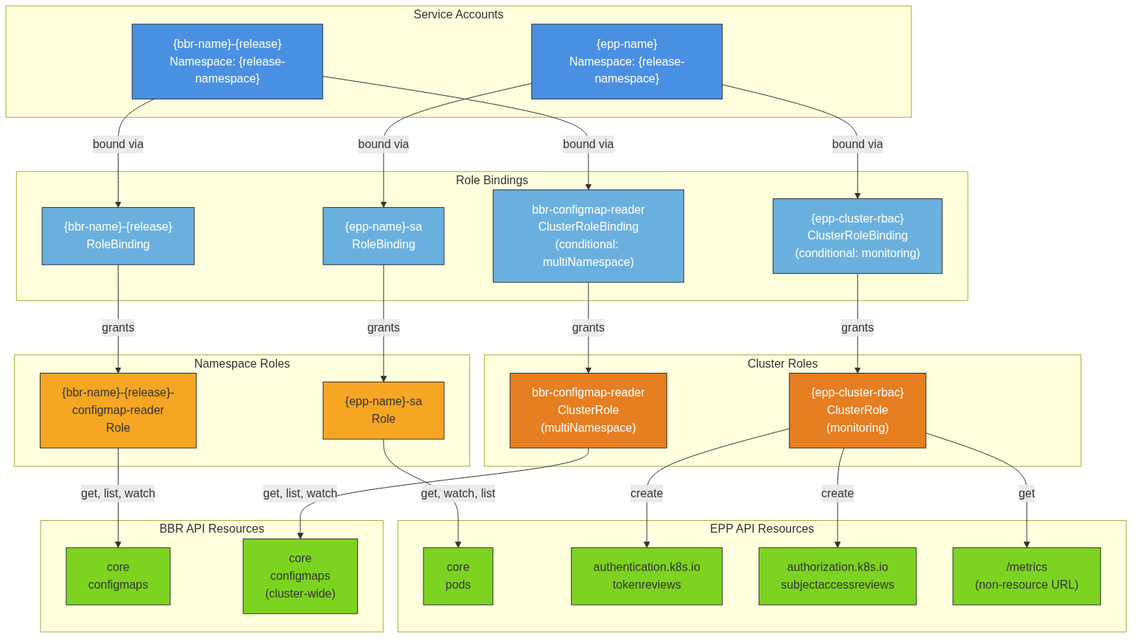
Earlier version of the Mermaid export architecture/rhoai.next/diagrams/gateway-api-inference-extension-rbac.png (rhuss/architecture-context). Its source is kept beside it as architecture/rhoai.next/diagrams/gateway-api-inference-extension-rbac.mmd. Its diagram source:
```mermaid
graph TD
    subgraph ServiceAccounts["Service Accounts"]
        SA_EPP["{epp-name}<br/>Namespace: {release-namespace}"]
        SA_BBR["{bbr-name}-{release}<br/>Namespace: {release-namespace}"]
    end

    subgraph RoleBindings["Role Bindings"]
        RB_EPP["{epp-name}-sa<br/>RoleBinding"]
        RB_BBR["{bbr-name}-{release}<br/>RoleBinding"]
        CRB_EPP["{epp-cluster-rbac}<br/>ClusterRoleBinding<br/>(conditional: monitoring)"]
        CRB_BBR["bbr-configmap-reader<br/>ClusterRoleBinding<br/>(conditional: multiNamespace)"]
    end

    subgraph Roles["Namespace Roles"]
        R_EPP["{epp-name}-sa<br/>Role"]
        R_BBR["{bbr-name}-{release}-<br/>configmap-reader<br/>Role"]
    end

    subgraph ClusterRoles["Cluster Roles"]
        CR_EPP["{epp-cluster-rbac}<br/>ClusterRole<br/>(monitoring)"]
        CR_BBR["bbr-configmap-reader<br/>ClusterRole<br/>(multiNamespace)"]
    end

    subgraph EPP_Resources["EPP API Resources"]
        Pods["core<br/>pods"]
        TokenReviews["authentication.k8s.io<br/>tokenreviews"]
        SubjectAccess["authorization.k8s.io<br/>subjectaccessreviews"]
        MetricsNR["/metrics<br/>(non-resource URL)"]
    end

    subgraph BBR_Resources["BBR API Resources"]
        ConfigMaps["core<br/>configmaps"]
        ConfigMapsCluster["core<br/>configmaps<br/>(cluster-wide)"]
    end

    SA_EPP -->|bound via| RB_EPP
    RB_EPP -->|grants| R_EPP
    R_EPP -->|"get, watch, list"| Pods

    SA_EPP -->|bound via| CRB_EPP
    CRB_EPP -->|grants| CR_EPP
    CR_EPP -->|"create"| TokenReviews
    CR_EPP -->|"create"| SubjectAccess
    CR_EPP -->|"get"| MetricsNR

    SA_BBR -->|bound via| RB_BBR
    RB_BBR -->|grants| R_BBR
    R_BBR -->|"get, list, watch"| ConfigMaps

    SA_BBR -->|bound via| CRB_BBR
    CRB_BBR -->|grants| CR_BBR
    CR_BBR -->|"get, list, watch"| ConfigMapsCluster

    style SA_EPP fill:#4a90e2,stroke:#333,color:#fff
    style SA_BBR fill:#4a90e2,stroke:#333,color:#fff
    style RB_EPP fill:#6ab0de,stroke:#333,color:#fff
    style RB_BBR fill:#6ab0de,stroke:#333,color:#fff
    style CRB_EPP fill:#6ab0de,stroke:#333,color:#fff
    style CRB_BBR fill:#6ab0de,stroke:#333,color:#fff
    style R_EPP fill:#f5a623,stroke:#333
    style R_BBR fill:#f5a623,stroke:#333
    style CR_EPP fill:#e67e22,stroke:#333,color:#fff
    style CR_BBR fill:#e67e22,stroke:#333,color:#fff
    style Pods fill:#7ed321,stroke:#333
    style TokenReviews fill:#7ed321,stroke:#333
    style SubjectAccess fill:#7ed321,stroke:#333
    style MetricsNR fill:#7ed321,stroke:#333
    style ConfigMaps fill:#7ed321,stroke:#333
    style ConfigMapsCluster fill:#7ed321,stroke:#333
```
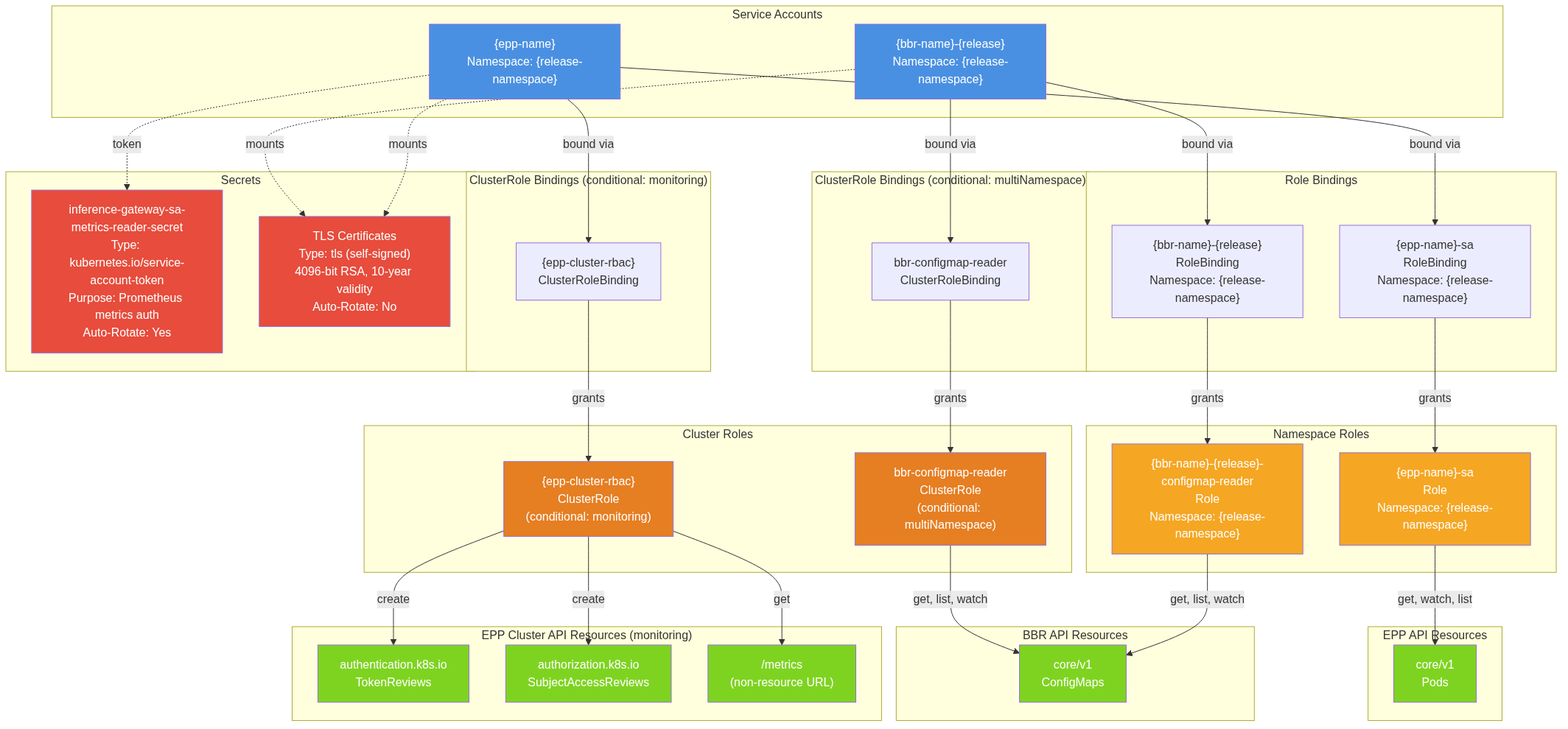
The same file after the commit.

What changed in the source:
```diff
@@ -5,65 +5,79 @@
     end
 
     subgraph RoleBindings["Role Bindings"]
-        RB_EPP["{epp-name}-sa<br/>RoleBinding"]
-        RB_BBR["{bbr-name}-{release}<br/>RoleBinding"]
-        CRB_EPP["{epp-cluster-rbac}<br/>ClusterRoleBinding<br/>(conditional: monitoring)"]
-        CRB_BBR["bbr-configmap-reader<br/>ClusterRoleBinding<br/>(conditional: multiNamespace)"]
+        RB_EPP["{epp-name}-sa<br/>RoleBinding<br/>Namespace: {release-namespace}"]
+        RB_BBR["{bbr-name}-{release}<br/>RoleBinding<br/>Namespace: {release-namespace}"]
+    end
+
+    subgraph ClusterRoleBindings["ClusterRole Bindings (conditional: monitoring)"]
+        CRB_EPP["{epp-cluster-rbac}<br/>ClusterRoleBinding"]
+    end
+
+    subgraph ClusterRoleBindings_BBR["ClusterRole Bindings (conditional: multiNamespace)"]
+        CRB_BBR["bbr-configmap-reader<br/>ClusterRoleBinding"]
     end
 
     subgraph Roles["Namespace Roles"]
-        R_EPP["{epp-name}-sa<br/>Role"]
-        R_BBR["{bbr-name}-{release}-<br/>configmap-reader<br/>Role"]
+        Role_EPP["{epp-name}-sa<br/>Role<br/>Namespace: {release-namespace}"]
+        Role_BBR["{bbr-name}-{release}-configmap-reader<br/>Role<br/>Namespace: {release-namespace}"]
     end
 
     subgraph ClusterRoles["Cluster Roles"]
-        CR_EPP["{epp-cluster-rbac}<br/>ClusterRole<br/>(monitoring)"]
-        CR_BBR["bbr-configmap-reader<br/>ClusterRole<br/>(multiNamespace)"]
+        CR_EPP["{epp-cluster-rbac}<br/>ClusterRole<br/>(conditional: monitoring)"]
+        CR_BBR["bbr-configmap-reader<br/>ClusterRole<br/>(conditional: multiNamespace)"]
     end
 
     subgraph EPP_Resources["EPP API Resources"]
-        Pods["core<br/>pods"]
-        TokenReviews["authentication.k8s.io<br/>tokenreviews"]
-        SubjectAccess["authorization.k8s.io<br/>subjectaccessreviews"]
-        MetricsNR["/metrics<br/>(non-resource URL)"]
+        Pods["core/v1<br/>Pods"]
+    end
+
+    subgraph EPP_ClusterResources["EPP Cluster API Resources (monitoring)"]
+        TokenReviews["authentication.k8s.io<br/>TokenReviews"]
+        SubjectAccessReviews["authorization.k8s.io<br/>SubjectAccessReviews"]
+        MetricsEndpoint["/metrics<br/>(non-resource URL)"]
     end
 
     subgraph BBR_Resources["BBR API Resources"]
-        ConfigMaps["core<br/>configmaps"]
-        ConfigMapsCluster["core<br/>configmaps<br/>(cluster-wide)"]
+        ConfigMaps["core/v1<br/>ConfigMaps"]
     end
 
-    SA_EPP -->|bound via| RB_EPP
-    RB_EPP -->|grants| R_EPP
-    R_EPP -->|"get, watch, list"| Pods
+    SA_EPP -->|"bound via"| RB_EPP
+    RB_EPP -->|"grants"| Role_EPP
+    Role_EPP -->|"get, watch, list"| Pods
 
-    SA_EPP -->|bound via| CRB_EPP
-    CRB_EPP -->|grants| CR_EPP
+    SA_EPP -->|"bound via"| CRB_EPP
+    CRB_EPP -->|"grants"| CR_EPP
     CR_EPP -->|"create"| TokenReviews
-    CR_EPP -->|"create"| SubjectAccess
-    CR_EPP -->|"get"| MetricsNR
+    CR_EPP -->|"create"| SubjectAccessReviews
+    CR_EPP -->|"get"| MetricsEndpoint
 
-    SA_BBR -->|bound via| RB_BBR
-    RB_BBR -->|grants| R_BBR
-    R_BBR -->|"get, list, watch"| ConfigMaps
+    SA_BBR -->|"bound via"| RB_BBR
+    RB_BBR -->|"grants"| Role_BBR
+    Role_BBR -->|"get, list, watch"| ConfigMaps
 
-    SA_BBR -->|bound via| CRB_BBR
-    CRB_BBR -->|grants| CR_BBR
-    CR_BBR -->|"get, list, watch"| ConfigMapsCluster
+    SA_BBR -->|"bound via"| CRB_BBR
+    CRB_BBR -->|"grants"| CR_BBR
+    CR_BBR -->|"get, list, watch"| ConfigMaps
 
-    style SA_EPP fill:#4a90e2,stroke:#333,color:#fff
-    style SA_BBR fill:#4a90e2,stroke:#333,color:#fff
-    style RB_EPP fill:#6ab0de,stroke:#333,color:#fff
-    style RB_BBR fill:#6ab0de,stroke:#333,color:#fff
-    style CRB_EPP fill:#6ab0de,stroke:#333,color:#fff
-    style CRB_BBR fill:#6ab0de,stroke:#333,color:#fff
-    style R_EPP fill:#f5a623,stroke:#333
-    style R_BBR fill:#f5a623,stroke:#333
-    style CR_EPP fill:#e67e22,stroke:#333,color:#fff
-    style CR_BBR fill:#e67e22,stroke:#333,color:#fff
-    style Pods fill:#7ed321,stroke:#333
-    style TokenReviews fill:#7ed321,stroke:#333
-    style SubjectAccess fill:#7ed321,stroke:#333
-    style MetricsNR fill:#7ed321,stroke:#333
-    style ConfigMaps fill:#7ed321,stroke:#333
-    style ConfigMapsCluster fill:#7ed321,stroke:#333
+    subgraph Secrets["Secrets"]
+        MetricsSecret["inference-gateway-sa-metrics-reader-secret<br/>Type: kubernetes.io/service-account-token<br/>Purpose: Prometheus metrics auth<br/>Auto-Rotate: Yes"]
+        TLSCerts["TLS Certificates<br/>Type: tls (self-signed)<br/>4096-bit RSA, 10-year validity<br/>Auto-Rotate: No"]
+    end
+
+    SA_EPP -.->|"token"| MetricsSecret
+    SA_EPP -.->|"mounts"| TLSCerts
+    SA_BBR -.->|"mounts"| TLSCerts
+
+    style SA_EPP fill:#4a90e2,color:#fff
+    style SA_BBR fill:#4a90e2,color:#fff
+    style Role_EPP fill:#f5a623,color:#fff
+    style Role_BBR fill:#f5a623,color:#fff
+    style CR_EPP fill:#e67e22,color:#fff
+    style CR_BBR fill:#e67e22,color:#fff
+    style Pods fill:#7ed321,color:#fff
+    style ConfigMaps fill:#7ed321,color:#fff
+    style TokenReviews fill:#7ed321,color:#fff
+    style SubjectAccessReviews fill:#7ed321,color:#fff
+    style MetricsEndpoint fill:#7ed321,color:#fff
+    style MetricsSecret fill:#e74c3c,color:#fff
+    style TLSCerts fill:#e74c3c,color:#fff
```
